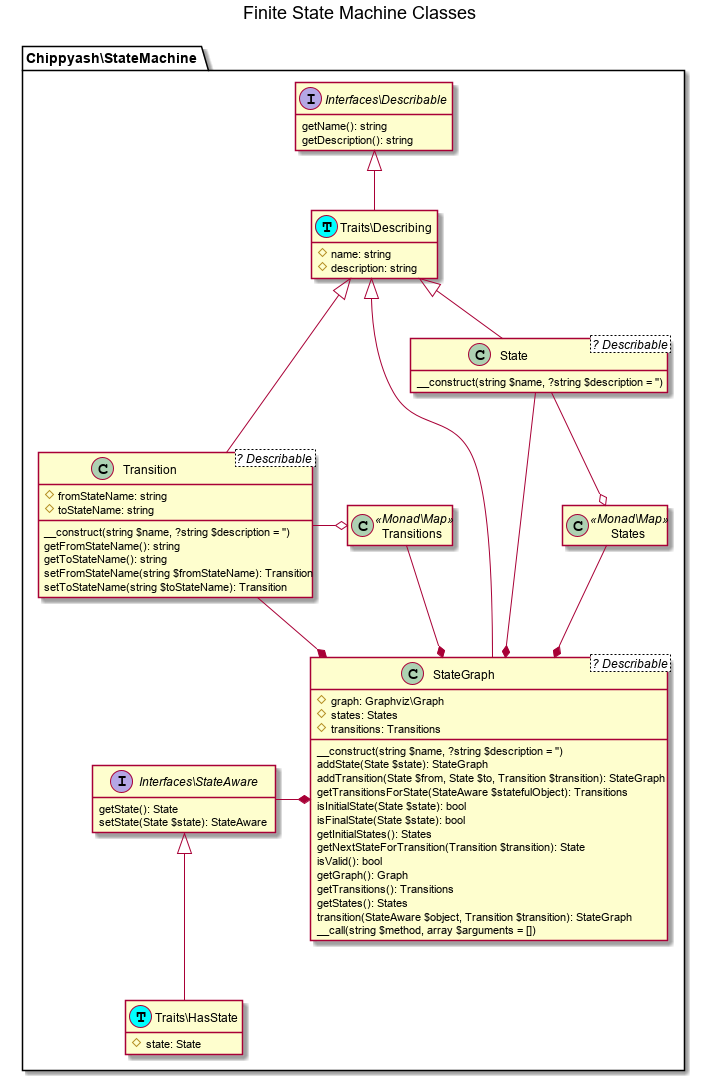
the-matrix/finite-state-machine keeps this PlantUML diagram as pics/state-machine-classes.png. Above is the earlier version.
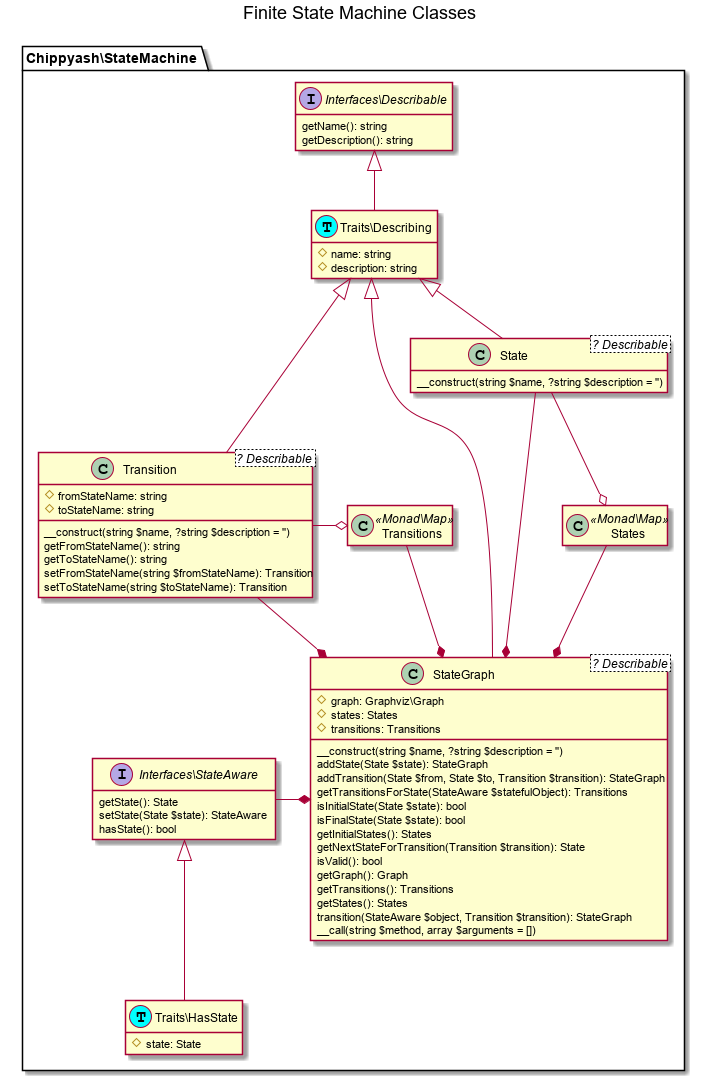
The same diagram one commit later.

Commit message:
change HasState to use a has method

What changed in the source:
```diff
@@ -10,6 +10,7 @@
     interface "Interfaces\StateAware" as StateAware {
         getState(): State
         setState(State $state): StateAware
+        hasState(): bool
     }
 
 	class "Traits\HasState" as HasState << (T, cyan) >> {
```
